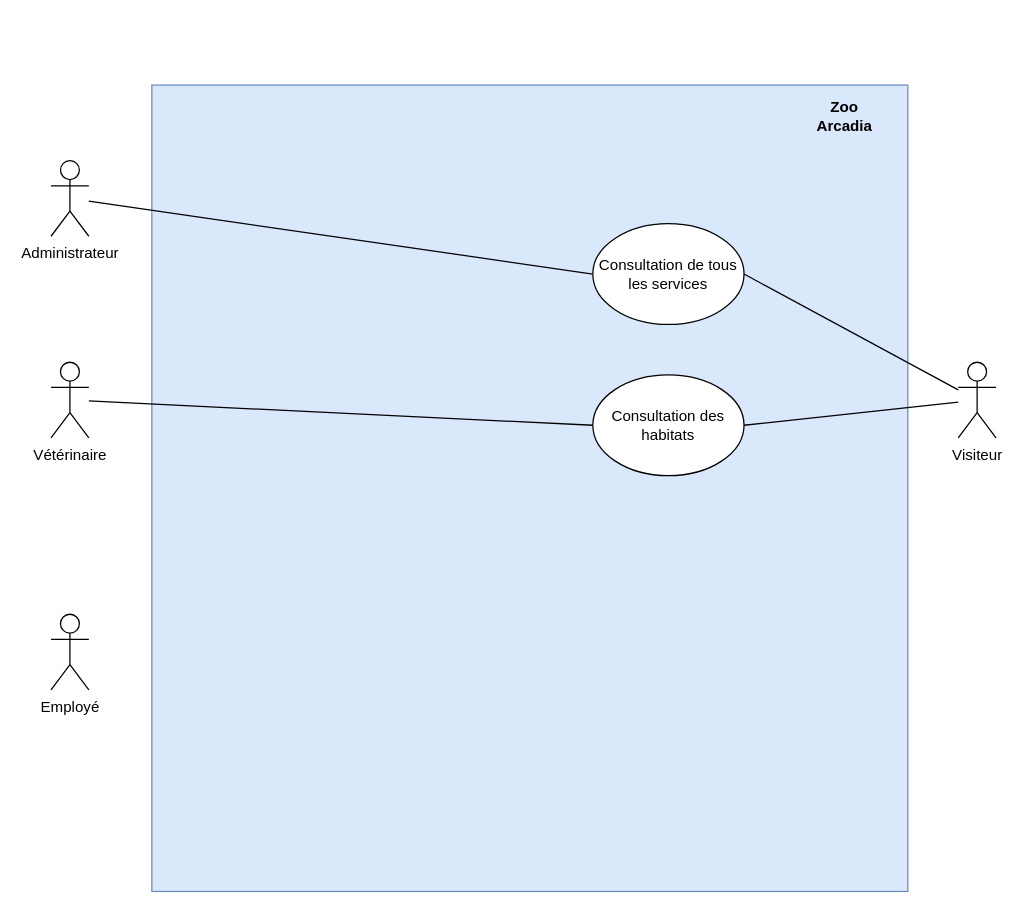
GuyKolos/arcadia_zoo_ecf keeps this draw.io diagram as Diagramme sans nom.drawio. Above is the earlier version. Source tidied: cells renumbered, new cells numbered last; positions are measured from the earlier drawing's top-left corner, leaving out a move shared by most shapes. Both pictures are drawn from the tidied source at 126%, with x=0, y=0 at pixel (50, 84).
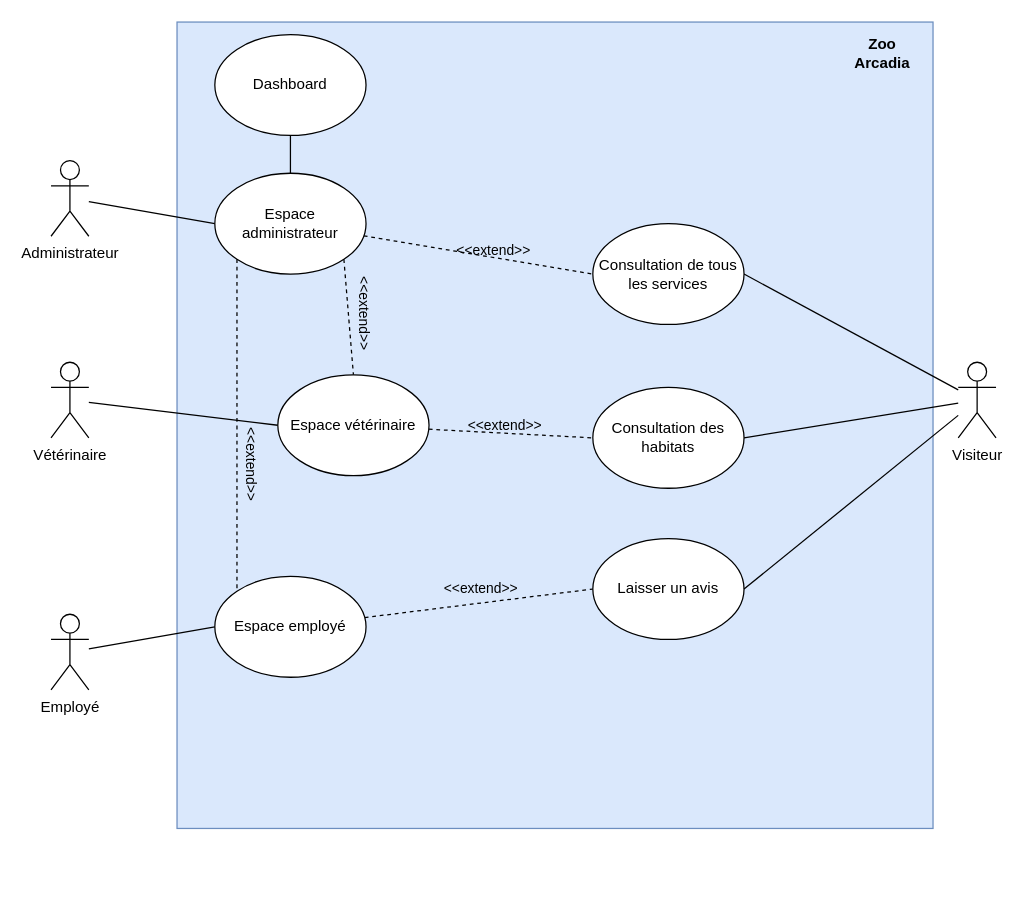
Above is the later version.

Commit message (it also covers changes not shown here):
Mettre à jour Diagramme sans nom.drawio

The change refers to these unchanged cells:
```xml
<mxCell id="6" value="Visiteur" style="shape=umlActor;verticalLabelPosition=bottom;verticalAlign=top;html=1;" parent="1" vertex="1">
  <mxGeometry x="720" y="220" width="30" height="60" as="geometry" />
</mxCell>
<mxCell id="8" value="Administrateur" style="shape=umlActor;verticalLabelPosition=bottom;verticalAlign=top;html=1;" parent="1" vertex="1">
  <mxGeometry y="60" width="30" height="60" as="geometry" />
</mxCell>
<mxCell id="10" value="Vétérinaire&lt;div&gt;&lt;br&gt;&lt;/div&gt;" style="shape=umlActor;verticalLabelPosition=bottom;verticalAlign=top;html=1;" parent="1" vertex="1">
  <mxGeometry y="220" width="30" height="60" as="geometry" />
</mxCell>
<mxCell id="11" value="Employé" style="shape=umlActor;verticalLabelPosition=bottom;verticalAlign=top;html=1;" parent="1" vertex="1">
  <mxGeometry y="420" width="30" height="60" as="geometry" />
</mxCell>
<mxCell id="12" value="Consultation de tous les services" style="ellipse;whiteSpace=wrap;html=1;" parent="1" vertex="1">
  <mxGeometry x="430" y="110" width="120" height="80" as="geometry" />
</mxCell>
```

What changed in the source:
```diff
@@
     <mxCell id="2" style="rounded=0;whiteSpace=wrap;html=1;fillColor=#dae8fc;strokeColor=#6c8ebf;" parent="1" vertex="1">
-      <mxGeometry x="80" width="600" height="640" as="geometry" />
+      <mxGeometry x="100" y="-50" width="600" height="640" as="geometry" />
     </mxCell>
     <mxCell id="3" value="Zoo Arcadia" style="text;html=1;align=center;verticalAlign=middle;whiteSpace=wrap;rounded=0;fillColor=none;strokeColor=none;fontStyle=1;" parent="1" vertex="1">
-      <mxGeometry x="600" y="10" width="60" height="30" as="geometry" />
+      <mxGeometry x="630" y="-40" width="60" height="30" as="geometry" />
     </mxCell>
@@
-    <mxCell id="7" style="rounded=0;jettySize=auto;html=1;endArrow=none;endFill=0;entryX=0;entryY=0.5;entryDx=0;entryDy=0;" parent="1" edge="1" source="8" target="12">
+    <mxCell id="7" style="rounded=0;orthogonalLoop=1;jettySize=auto;html=1;endArrow=none;endFill=0;entryX=0;entryY=0.5;entryDx=0;entryDy=0;exitX=0;exitY=0.5;exitDx=0;exitDy=0;" parent="1" edge="1" source="12" target="12">
       <mxGeometry relative="1" as="geometry" />
     </mxCell>
+    <mxCell id="14" style="rounded=0;jettySize=auto;html=1;entryX=0;entryY=0.5;entryDx=0;entryDy=0;endArrow=none;endFill=0;" parent="1" edge="1" source="8" target="25">
+      <mxGeometry relative="1" as="geometry" />
+    </mxCell>
@@
-    <mxCell id="9" style="rounded=0;jettySize=auto;html=1;entryX=0;entryY=0.5;entryDx=0;entryDy=0;endArrow=none;endFill=0;" parent="1" edge="1" source="10" target="13">
+    <mxCell id="9" style="rounded=0;jettySize=auto;html=1;entryX=0;entryY=0.5;entryDx=0;entryDy=0;endArrow=none;endFill=0;dashed=1;" parent="1" edge="1" source="27" target="13">
       <mxGeometry relative="1" as="geometry" />
     </mxCell>
+    <mxCell id="15" value="&amp;lt;&amp;lt;extend&amp;gt;&amp;gt;" style="edgeLabel;html=1;align=center;verticalAlign=middle;labelBackgroundColor=none;" parent="9" vertex="1">
+      <mxGeometry x="-0.22" relative="1" as="geometry">
+        <mxPoint x="9" y="-6" as="offset" />
+      </mxGeometry>
+    </mxCell>
@@
+    <mxCell id="16" style="rounded=0;jettySize=auto;html=1;entryX=0;entryY=0.5;entryDx=0;entryDy=0;endArrow=none;endFill=0;dashed=1;" parent="1" edge="1" source="29" target="18">
+      <mxGeometry relative="1" as="geometry" />
+    </mxCell>
+    <mxCell id="17" value="&amp;lt;&amp;lt;extend&amp;gt;&amp;gt;" style="edgeLabel;html=1;align=center;verticalAlign=middle;labelBackgroundColor=none;" parent="16" vertex="1">
+      <mxGeometry x="0.23" relative="1" as="geometry">
+        <mxPoint x="-20" y="-9" as="offset" />
+      </mxGeometry>
+    </mxCell>
@@
     <mxCell id="13" value="Consultation des habitats" style="ellipse;whiteSpace=wrap;html=1;" parent="1" vertex="1">
-      <mxGeometry x="430" y="230" width="120" height="80" as="geometry" />
+      <mxGeometry x="430" y="240" width="120" height="80" as="geometry" />
     </mxCell>
+    <mxCell id="18" value="Laisser un avis" style="ellipse;whiteSpace=wrap;html=1;" parent="1" vertex="1">
+      <mxGeometry x="430" y="360" width="120" height="80" as="geometry" />
+    </mxCell>
+    <mxCell id="19" style="rounded=0;jettySize=auto;html=1;exitX=1;exitY=0.5;exitDx=0;exitDy=0;endArrow=none;endFill=0;" parent="1" edge="1" source="18" target="6">
+      <mxGeometry relative="1" as="geometry" />
+    </mxCell>
+    <mxCell id="20" style="rounded=0;jettySize=auto;html=1;entryX=0;entryY=0.5;entryDx=0;entryDy=0;endArrow=none;endFill=0;dashed=1;" parent="1" edge="1" source="25" target="12">
+      <mxGeometry relative="1" as="geometry" />
+    </mxCell>
+    <mxCell id="21" value="&amp;lt;&amp;lt;extend&amp;gt;&amp;gt;" style="edgeLabel;html=1;align=center;verticalAlign=middle;labelBackgroundColor=none;" parent="20" vertex="1">
+      <mxGeometry x="-0.23" y="-1" relative="1" as="geometry">
+        <mxPoint x="32" y="-2" as="offset" />
+      </mxGeometry>
+    </mxCell>
+    <mxCell id="22" style="rounded=0;jettySize=auto;html=1;exitX=1;exitY=1;exitDx=0;exitDy=0;entryX=0.5;entryY=0;entryDx=0;entryDy=0;endArrow=none;endFill=0;dashed=1;" parent="1" edge="1" source="25" target="27">
+      <mxGeometry relative="1" as="geometry" />
+    </mxCell>
+    <mxCell id="23" style="rounded=0;jettySize=auto;html=1;exitX=0;exitY=1;exitDx=0;exitDy=0;entryX=0;entryY=0;entryDx=0;entryDy=0;dashed=1;endArrow=none;endFill=0;" parent="1" edge="1" source="25" target="29">
+      <mxGeometry relative="1" as="geometry" />
+    </mxCell>
+    <mxCell id="24" value="&lt;span style=&quot;&quot;&gt;&amp;lt;&amp;lt;extend&amp;gt;&amp;gt;&lt;/span&gt;" style="edgeLabel;html=1;align=center;verticalAlign=middle;labelBackgroundColor=none;rotation=90;" parent="23" vertex="1">
+      <mxGeometry x="0.12" y="1" relative="1" as="geometry">
+        <mxPoint x="11" y="14" as="offset" />
+      </mxGeometry>
+    </mxCell>
+    <mxCell id="25" value="Espace administrateur" style="ellipse;whiteSpace=wrap;html=1;" parent="1" vertex="1">
+      <mxGeometry x="130" y="70" width="120" height="80" as="geometry" />
+    </mxCell>
+    <mxCell id="26" style="rounded=0;jettySize=auto;html=1;entryX=0;entryY=0.5;entryDx=0;entryDy=0;endArrow=none;endFill=0;" parent="1" edge="1" source="10" target="27">
+      <mxGeometry relative="1" as="geometry" />
+    </mxCell>
+    <mxCell id="27" value="Espace vétérinaire" style="ellipse;whiteSpace=wrap;html=1;" parent="1" vertex="1">
+      <mxGeometry x="180" y="230" width="120" height="80" as="geometry" />
+    </mxCell>
+    <mxCell id="28" style="rounded=0;jettySize=auto;html=1;entryX=0;entryY=0.5;entryDx=0;entryDy=0;endArrow=none;endFill=0;" parent="1" edge="1" source="11" target="29">
+      <mxGeometry relative="1" as="geometry" />
+    </mxCell>
+    <mxCell id="29" value="Espace employé" style="ellipse;whiteSpace=wrap;html=1;" parent="1" vertex="1">
+      <mxGeometry x="130" y="390" width="120" height="80" as="geometry" />
+    </mxCell>
+    <mxCell id="30" value="&amp;lt;&amp;lt;extend&amp;gt;&amp;gt;" style="edgeLabel;html=1;align=center;verticalAlign=middle;labelBackgroundColor=none;rotation=90;" parent="1" vertex="1">
+      <mxGeometry x="260" y="170" as="geometry">
+        <mxPoint x="10" y="10" as="offset" />
+      </mxGeometry>
+    </mxCell>
+    <mxCell id="31" style="rounded=0;jettySize=auto;html=1;entryX=0.5;entryY=0;entryDx=0;entryDy=0;endArrow=none;endFill=0;" parent="1" edge="1" source="32" target="25">
+      <mxGeometry relative="1" as="geometry" />
+    </mxCell>
+    <mxCell id="32" value="Dashboard" style="ellipse;whiteSpace=wrap;html=1;" parent="1" vertex="1">
+      <mxGeometry x="130" y="-40" width="120" height="80" as="geometry" />
+    </mxCell>
```
